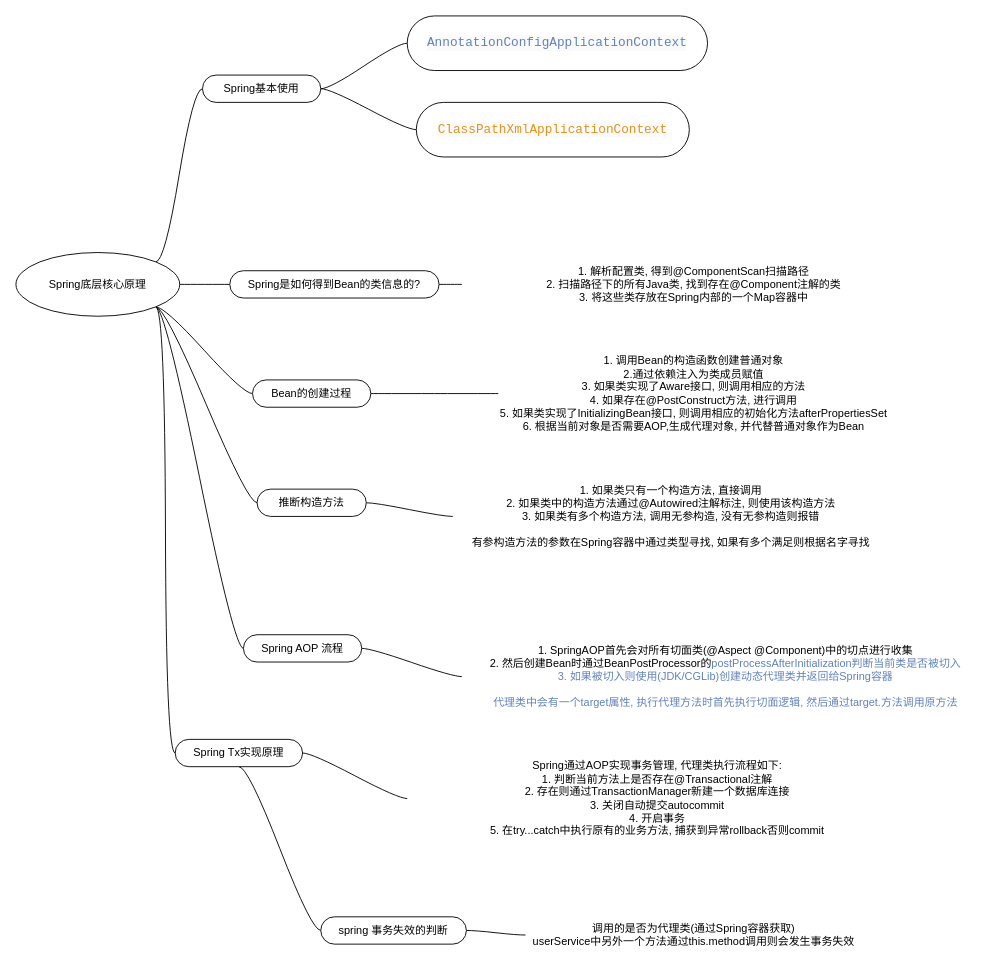
Before: spring/spring底层核心原理.drawio in lumingfan/java-mindmap, a draw.io diagram. Source tidied: cells renumbered, new cells numbered last; positions are measured from the earlier drawing's top-left corner, leaving out a move shared by most shapes. Both pictures are drawn from the tidied source at 91%, with x=0, y=0 at pixel (15, 15).
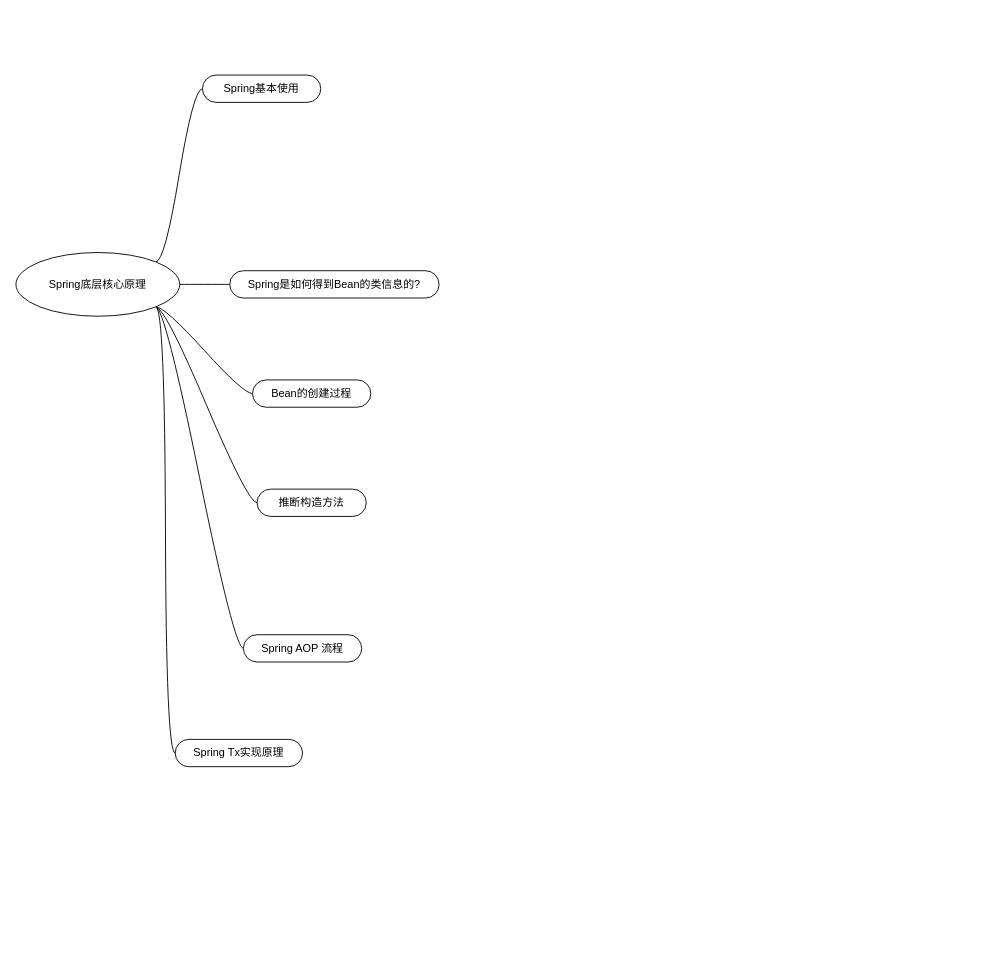
Above is the later version.

Commit message (it also covers changes not shown here):
feat: 改写mysql部分和spring的drawio思维导图为xmind格式

Diff of the diagram source:
```diff
@@
-    <mxCell id="9" style="edgeStyle=entityRelationEdgeStyle;rounded=0;jettySize=auto;html=1;startArrow=none;endArrow=none;segment=10;curved=1;sourcePerimeterSpacing=0;targetPerimeterSpacing=0;exitX=1;exitY=0.5;exitDx=0;exitDy=0;" parent="1" edge="1" source="11" target="12">
-      <mxGeometry relative="1" as="geometry" />
-    </mxCell>
-    <mxCell id="10" style="edgeStyle=entityRelationEdgeStyle;rounded=0;jettySize=auto;html=1;startArrow=none;endArrow=none;segment=10;curved=1;sourcePerimeterSpacing=0;targetPerimeterSpacing=0;exitX=1;exitY=0.5;exitDx=0;exitDy=0;" parent="1" edge="1" source="11" target="13">
-      <mxGeometry relative="1" as="geometry" />
-    </mxCell>
-    <mxCell id="11" value="Spring基本使用" style="whiteSpace=wrap;html=1;rounded=1;arcSize=50;align=center;verticalAlign=middle;strokeWidth=1;spacing=4;newEdgeStyle={&quot;edgeStyle&quot;:&quot;entityRelationEdgeStyle&quot;,&quot;startArrow&quot;:&quot;none&quot;,&quot;endArrow&quot;:&quot;none&quot;,&quot;segment&quot;:10,&quot;curved&quot;:1,&quot;sourcePerimeterSpacing&quot;:0,&quot;targetPerimeterSpacing&quot;:0};" parent="1" vertex="1">
+    <mxCell id="11" value="Spring基本使用" style="whiteSpace=wrap;html=1;rounded=1;arcSize=50;align=center;verticalAlign=middle;strokeWidth=1;spacing=4;newEdgeStyle={&quot;edgeStyle&quot;:&quot;entityRelationEdgeStyle&quot;,&quot;startArrow&quot;:&quot;none&quot;,&quot;endArrow&quot;:&quot;none&quot;,&quot;segment&quot;:10,&quot;curved&quot;:1,&quot;sourcePerimeterSpacing&quot;:0,&quot;targetPerimeterSpacing&quot;:0};" parent="1" vertex="1" collapsed="1">
       <mxGeometry x="205" y="65" width="130" height="30" as="geometry" />
     </mxCell>
-    <mxCell id="12" value="&lt;div style=&quot;background-color:#fafafa;color:#90a4ae&quot;&gt;&lt;pre style=&quot;font-family:'JetBrains Mono',monospace;font-size:10.5pt;&quot;&gt;&lt;span style=&quot;color:#6182b8;&quot;&gt;AnnotationConfigApplicationContext&lt;/span&gt;&lt;/pre&gt;&lt;/div&gt;" style="whiteSpace=wrap;html=1;rounded=1;arcSize=50;align=center;verticalAlign=middle;strokeWidth=1;spacing=4;newEdgeStyle={&quot;edgeStyle&quot;:&quot;entityRelationEdgeStyle&quot;,&quot;startArrow&quot;:&quot;none&quot;,&quot;endArrow&quot;:&quot;none&quot;,&quot;segment&quot;:10,&quot;curved&quot;:1,&quot;sourcePerimeterSpacing&quot;:0,&quot;targetPerimeterSpacing&quot;:0};" parent="1" vertex="1">
-      <mxGeometry x="430" width="330" height="60" as="geometry" />
-    </mxCell>
-    <mxCell id="13" value="&lt;div style=&quot;background-color:#fafafa;color:#90a4ae&quot;&gt;&lt;pre style=&quot;font-family:'JetBrains Mono',monospace;font-size:10.5pt;&quot;&gt;&lt;span style=&quot;color:#e2931d;&quot;&gt;ClassPathXmlApplicationContext&lt;/span&gt;&lt;/pre&gt;&lt;/div&gt;" style="whiteSpace=wrap;html=1;rounded=1;arcSize=50;align=center;verticalAlign=middle;strokeWidth=1;spacing=4;newEdgeStyle={&quot;edgeStyle&quot;:&quot;entityRelationEdgeStyle&quot;,&quot;startArrow&quot;:&quot;none&quot;,&quot;endArrow&quot;:&quot;none&quot;,&quot;segment&quot;:10,&quot;curved&quot;:1,&quot;sourcePerimeterSpacing&quot;:0,&quot;targetPerimeterSpacing&quot;:0};" parent="1" vertex="1">
-      <mxGeometry x="440" y="95" width="300" height="60" as="geometry" />
-    </mxCell>
-    <mxCell id="14" style="edgeStyle=entityRelationEdgeStyle;rounded=0;jettySize=auto;html=1;startArrow=none;endArrow=none;segment=10;curved=1;sourcePerimeterSpacing=0;targetPerimeterSpacing=0;exitX=1;exitY=0.5;exitDx=0;exitDy=0;" parent="1" edge="1" source="15" target="16">
-      <mxGeometry relative="1" as="geometry" />
-    </mxCell>
-    <mxCell id="15" value="Spring是如何得到Bean的类信息的?" style="whiteSpace=wrap;html=1;rounded=1;arcSize=50;align=center;verticalAlign=middle;strokeWidth=1;spacing=4;newEdgeStyle={&quot;edgeStyle&quot;:&quot;entityRelationEdgeStyle&quot;,&quot;startArrow&quot;:&quot;none&quot;,&quot;endArrow&quot;:&quot;none&quot;,&quot;segment&quot;:10,&quot;curved&quot;:1,&quot;sourcePerimeterSpacing&quot;:0,&quot;targetPerimeterSpacing&quot;:0};" parent="1" vertex="1">
+    <mxCell id="15" value="Spring是如何得到Bean的类信息的?" style="whiteSpace=wrap;html=1;rounded=1;arcSize=50;align=center;verticalAlign=middle;strokeWidth=1;spacing=4;newEdgeStyle={&quot;edgeStyle&quot;:&quot;entityRelationEdgeStyle&quot;,&quot;startArrow&quot;:&quot;none&quot;,&quot;endArrow&quot;:&quot;none&quot;,&quot;segment&quot;:10,&quot;curved&quot;:1,&quot;sourcePerimeterSpacing&quot;:0,&quot;targetPerimeterSpacing&quot;:0};" parent="1" vertex="1" collapsed="1">
       <mxGeometry x="235" y="280" width="230" height="30" as="geometry" />
     </mxCell>
-    <mxCell id="16" value="1. 解析配置类, 得到@ComponentScan扫描路径&lt;div&gt;2. 扫描路径下的所有Java类, 找到存在@Component注解的类&lt;/div&gt;&lt;div&gt;3. 将这些类存放在Spring内部的一个Map容器中&lt;/div&gt;" style="text;html=1;align=center;verticalAlign=middle;whiteSpace=wrap;rounded=0;" parent="1" vertex="1">
-      <mxGeometry x="490" y="280" width="510" height="30" as="geometry" />
-    </mxCell>
-    <mxCell id="17" style="edgeStyle=entityRelationEdgeStyle;rounded=0;jettySize=auto;html=1;startArrow=none;endArrow=none;segment=10;curved=1;sourcePerimeterSpacing=0;targetPerimeterSpacing=0;exitX=1;exitY=0.5;exitDx=0;exitDy=0;" parent="1" edge="1" source="18" target="19">
-      <mxGeometry relative="1" as="geometry" />
-    </mxCell>
-    <mxCell id="18" value="Bean的创建过程" style="whiteSpace=wrap;html=1;rounded=1;arcSize=50;align=center;verticalAlign=middle;strokeWidth=1;spacing=4;newEdgeStyle={&quot;edgeStyle&quot;:&quot;entityRelationEdgeStyle&quot;,&quot;startArrow&quot;:&quot;none&quot;,&quot;endArrow&quot;:&quot;none&quot;,&quot;segment&quot;:10,&quot;curved&quot;:1,&quot;sourcePerimeterSpacing&quot;:0,&quot;targetPerimeterSpacing&quot;:0};" parent="1" vertex="1">
+    <mxCell id="18" value="Bean的创建过程" style="whiteSpace=wrap;html=1;rounded=1;arcSize=50;align=center;verticalAlign=middle;strokeWidth=1;spacing=4;newEdgeStyle={&quot;edgeStyle&quot;:&quot;entityRelationEdgeStyle&quot;,&quot;startArrow&quot;:&quot;none&quot;,&quot;endArrow&quot;:&quot;none&quot;,&quot;segment&quot;:10,&quot;curved&quot;:1,&quot;sourcePerimeterSpacing&quot;:0,&quot;targetPerimeterSpacing&quot;:0};" parent="1" vertex="1" collapsed="1">
       <mxGeometry x="260" y="400" width="130" height="30" as="geometry" />
     </mxCell>
-    <mxCell id="19" value="1. 调用Bean的构造函数创建普通对象&lt;div&gt;2.通过依赖注入为类成员赋值&lt;/div&gt;&lt;div&gt;3. 如果类实现了Aware接口, 则调用相应的方法&lt;/div&gt;&lt;div&gt;4. 如果存在@PostConstruct方法, 进行调用&lt;/div&gt;&lt;div&gt;5. 如果类实现了InitializingBean接口, 则调用相应的初始化方法afterPropertiesSet&lt;/div&gt;&lt;div&gt;6. 根据当前对象是否需要AOP,生成代理对象, 并代替普通对象作为Bean&lt;/div&gt;" style="text;html=1;align=center;verticalAlign=middle;whiteSpace=wrap;rounded=0;" parent="1" vertex="1">
-      <mxGeometry x="530" y="400" width="430" height="30" as="geometry" />
-    </mxCell>
-    <mxCell id="20" style="edgeStyle=entityRelationEdgeStyle;rounded=0;jettySize=auto;html=1;startArrow=none;endArrow=none;segment=10;curved=1;sourcePerimeterSpacing=0;targetPerimeterSpacing=0;exitX=1;exitY=0.5;exitDx=0;exitDy=0;" parent="1" edge="1" source="21" target="22">
-      <mxGeometry relative="1" as="geometry" />
-    </mxCell>
-    <mxCell id="21" value="推断构造方法" style="whiteSpace=wrap;html=1;rounded=1;arcSize=50;align=center;verticalAlign=middle;strokeWidth=1;spacing=4;newEdgeStyle={&quot;edgeStyle&quot;:&quot;entityRelationEdgeStyle&quot;,&quot;startArrow&quot;:&quot;none&quot;,&quot;endArrow&quot;:&quot;none&quot;,&quot;segment&quot;:10,&quot;curved&quot;:1,&quot;sourcePerimeterSpacing&quot;:0,&quot;targetPerimeterSpacing&quot;:0};" parent="1" vertex="1">
+    <mxCell id="21" value="推断构造方法" style="whiteSpace=wrap;html=1;rounded=1;arcSize=50;align=center;verticalAlign=middle;strokeWidth=1;spacing=4;newEdgeStyle={&quot;edgeStyle&quot;:&quot;entityRelationEdgeStyle&quot;,&quot;startArrow&quot;:&quot;none&quot;,&quot;endArrow&quot;:&quot;none&quot;,&quot;segment&quot;:10,&quot;curved&quot;:1,&quot;sourcePerimeterSpacing&quot;:0,&quot;targetPerimeterSpacing&quot;:0};" parent="1" vertex="1" collapsed="1">
       <mxGeometry x="265" y="520" width="120" height="30" as="geometry" />
     </mxCell>
-    <mxCell id="22" value="1. 如果类只有一个构造方法, 直接调用&lt;div&gt;2. 如果类中的构造方法通过@Autowired注解标注, 则使用该构造方法&lt;/div&gt;&lt;div&gt;3. 如果类有多个构造方法, 调用无参构造, 没有无参构造则报错&lt;/div&gt;&lt;div&gt;&lt;br&gt;&lt;/div&gt;&lt;div&gt;有参构造方法的参数在Spring容器中通过类型寻找, 如果有多个满足则根据名字寻找&lt;/div&gt;" style="text;html=1;align=center;verticalAlign=middle;whiteSpace=wrap;rounded=0;" parent="1" vertex="1">
-      <mxGeometry x="480" y="520" width="480" height="60" as="geometry" />
-    </mxCell>
-    <mxCell id="23" style="edgeStyle=entityRelationEdgeStyle;rounded=0;jettySize=auto;html=1;startArrow=none;endArrow=none;segment=10;curved=1;sourcePerimeterSpacing=0;targetPerimeterSpacing=0;exitX=1;exitY=0.5;exitDx=0;exitDy=0;" parent="1" edge="1" source="24" target="25">
-      <mxGeometry relative="1" as="geometry" />
-    </mxCell>
-    <mxCell id="24" value="Spring AOP 流程" style="whiteSpace=wrap;html=1;rounded=1;arcSize=50;align=center;verticalAlign=middle;strokeWidth=1;spacing=4;newEdgeStyle={&quot;edgeStyle&quot;:&quot;entityRelationEdgeStyle&quot;,&quot;startArrow&quot;:&quot;none&quot;,&quot;endArrow&quot;:&quot;none&quot;,&quot;segment&quot;:10,&quot;curved&quot;:1,&quot;sourcePerimeterSpacing&quot;:0,&quot;targetPerimeterSpacing&quot;:0};" parent="1" vertex="1">
+    <mxCell id="24" value="Spring AOP 流程" style="whiteSpace=wrap;html=1;rounded=1;arcSize=50;align=center;verticalAlign=middle;strokeWidth=1;spacing=4;newEdgeStyle={&quot;edgeStyle&quot;:&quot;entityRelationEdgeStyle&quot;,&quot;startArrow&quot;:&quot;none&quot;,&quot;endArrow&quot;:&quot;none&quot;,&quot;segment&quot;:10,&quot;curved&quot;:1,&quot;sourcePerimeterSpacing&quot;:0,&quot;targetPerimeterSpacing&quot;:0};" parent="1" vertex="1" collapsed="1">
       <mxGeometry x="250" y="680" width="130" height="30" as="geometry" />
     </mxCell>
-    <mxCell id="25" value="1. SpringAOP首先会对所有切面类(@Aspect @Component)中的切点进行收集&lt;div&gt;2. 然后创建Bean时通过BeanPostProcessor的&lt;span style=&quot;background-color: light-dark(#ffffff, var(--ge-dark-color, #121212));&quot;&gt;&lt;font face=&quot;Helvetica&quot; style=&quot;color: light-dark(rgb(97, 130, 184), rgb(255, 255, 255));&quot;&gt;postProcessAfterInitialization判断当前类是否被切入&lt;/font&gt;&lt;/span&gt;&lt;/div&gt;&lt;div&gt;&lt;span style=&quot;background-color: light-dark(#ffffff, var(--ge-dark-color, #121212));&quot;&gt;&lt;font face=&quot;Helvetica&quot; style=&quot;color: light-dark(rgb(97, 130, 184), rgb(255, 255, 255));&quot;&gt;3. 如果被切入则使用(JDK/CGLib)创建动态代理类并返回给Spring容器&lt;/font&gt;&lt;/span&gt;&lt;/div&gt;&lt;div&gt;&lt;span style=&quot;background-color: light-dark(#ffffff, var(--ge-dark-color, #121212));&quot;&gt;&lt;font face=&quot;Helvetica&quot; style=&quot;color: light-dark(rgb(97, 130, 184), rgb(255, 255, 255));&quot;&gt;&lt;br&gt;&lt;/font&gt;&lt;/span&gt;&lt;/div&gt;&lt;div&gt;&lt;span style=&quot;background-color: light-dark(#ffffff, var(--ge-dark-color, #121212));&quot;&gt;&lt;font face=&quot;Helvetica&quot; style=&quot;color: light-dark(rgb(97, 130, 184), rgb(255, 255, 255));&quot;&gt;代理类中会有一个target属性, 执行代理方法时首先执行切面逻辑, 然后通过target.方法调用原方法&lt;/font&gt;&lt;/span&gt;&lt;/div&gt;" style="text;html=1;align=center;verticalAlign=middle;whiteSpace=wrap;rounded=0;" parent="1" vertex="1">
-      <mxGeometry x="490" y="680" width="580" height="92" as="geometry" />
-    </mxCell>
-    <mxCell id="26" style="edgeStyle=entityRelationEdgeStyle;rounded=0;jettySize=auto;html=1;startArrow=none;endArrow=none;segment=10;curved=1;sourcePerimeterSpacing=0;targetPerimeterSpacing=0;exitX=1;exitY=0.5;exitDx=0;exitDy=0;" parent="1" edge="1" source="28" target="29">
-      <mxGeometry relative="1" as="geometry" />
-    </mxCell>
-    <mxCell id="27" style="edgeStyle=entityRelationEdgeStyle;rounded=0;jettySize=auto;html=1;startArrow=none;endArrow=none;segment=10;curved=1;sourcePerimeterSpacing=0;targetPerimeterSpacing=0;exitX=0.5;exitY=1;exitDx=0;exitDy=0;" parent="1" edge="1" source="28" target="31">
-      <mxGeometry relative="1" as="geometry" />
-    </mxCell>
-    <mxCell id="28" value="Spring Tx实现原理" style="whiteSpace=wrap;html=1;rounded=1;arcSize=50;align=center;verticalAlign=middle;strokeWidth=1;spacing=4;newEdgeStyle={&quot;edgeStyle&quot;:&quot;entityRelationEdgeStyle&quot;,&quot;startArrow&quot;:&quot;none&quot;,&quot;endArrow&quot;:&quot;none&quot;,&quot;segment&quot;:10,&quot;curved&quot;:1,&quot;sourcePerimeterSpacing&quot;:0,&quot;targetPerimeterSpacing&quot;:0};" parent="1" vertex="1">
+    <mxCell id="28" value="Spring Tx实现原理" style="whiteSpace=wrap;html=1;rounded=1;arcSize=50;align=center;verticalAlign=middle;strokeWidth=1;spacing=4;newEdgeStyle={&quot;edgeStyle&quot;:&quot;entityRelationEdgeStyle&quot;,&quot;startArrow&quot;:&quot;none&quot;,&quot;endArrow&quot;:&quot;none&quot;,&quot;segment&quot;:10,&quot;curved&quot;:1,&quot;sourcePerimeterSpacing&quot;:0,&quot;targetPerimeterSpacing&quot;:0};" parent="1" vertex="1" collapsed="1">
       <mxGeometry x="175" y="795" width="140" height="30" as="geometry" />
     </mxCell>
-    <mxCell id="29" value="Spring通过AOP实现事务管理, 代理类执行流程如下:&lt;div&gt;1. 判断当前方法上是否存在@Transactional注解&lt;/div&gt;&lt;div&gt;2. 存在则通过TransactionManager新建一个数据库连接&lt;/div&gt;&lt;div&gt;3. 关闭自动提交autocommit&lt;/div&gt;&lt;div&gt;4. 开启事务&lt;/div&gt;&lt;div&gt;5. 在try...catch中执行原有的业务方法, 捕获到异常rollback否则commit&lt;/div&gt;" style="text;html=1;align=center;verticalAlign=middle;whiteSpace=wrap;rounded=0;" parent="1" vertex="1">
-      <mxGeometry x="430" y="845" width="550" height="30" as="geometry" />
-    </mxCell>
-    <mxCell id="30" style="edgeStyle=entityRelationEdgeStyle;rounded=0;jettySize=auto;html=1;startArrow=none;endArrow=none;segment=10;curved=1;sourcePerimeterSpacing=0;targetPerimeterSpacing=0;exitX=1;exitY=0.5;exitDx=0;exitDy=0;" parent="1" edge="1" source="31" target="32">
-      <mxGeometry relative="1" as="geometry" />
-    </mxCell>
-    <mxCell id="31" value="spring 事务失效的判断" style="whiteSpace=wrap;html=1;rounded=1;arcSize=50;align=center;verticalAlign=middle;strokeWidth=1;spacing=4;newEdgeStyle={&quot;edgeStyle&quot;:&quot;entityRelationEdgeStyle&quot;,&quot;startArrow&quot;:&quot;none&quot;,&quot;endArrow&quot;:&quot;none&quot;,&quot;segment&quot;:10,&quot;curved&quot;:1,&quot;sourcePerimeterSpacing&quot;:0,&quot;targetPerimeterSpacing&quot;:0};" parent="1" vertex="1">
-      <mxGeometry x="335" y="990" width="160" height="30" as="geometry" />
-    </mxCell>
-    <mxCell id="32" value="调用的是否为代理类(通过Spring容器获取)&lt;div&gt;userService中另外一个方法通过this.method调用则会发生事务失效&lt;/div&gt;" style="text;html=1;align=center;verticalAlign=middle;whiteSpace=wrap;rounded=0;" parent="1" vertex="1">
-      <mxGeometry x="560" y="990" width="370" height="40" as="geometry" />
-    </mxCell>
```
